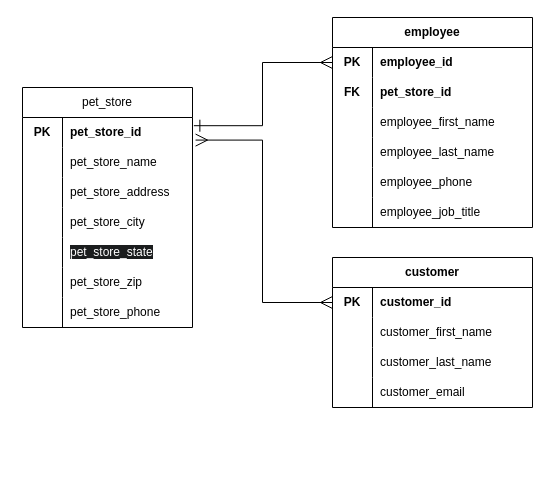
Earlier version of the draw.io diagram week_13/pet-store-erd.drawio (elliotvhill/promineo-be-course). Source tidied: cells renumbered, new cells numbered last; positions are measured from the earlier drawing's top-left corner, leaving out a move shared by most shapes. Both pictures are drawn from the tidied source at 100%, with x=0, y=0 at pixel (22, 17).
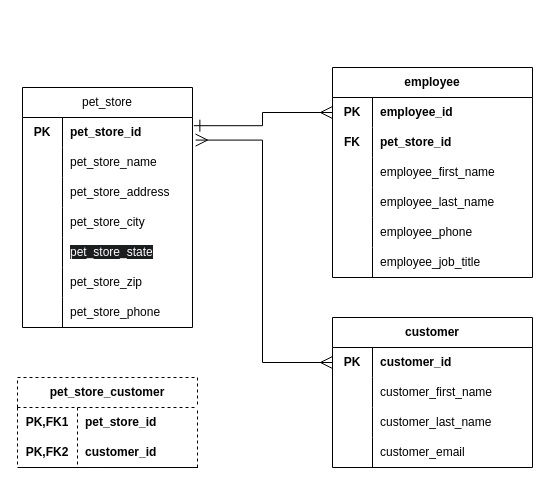
After the change.

Commit message (it also covers changes not shown here):
added missing join table to erd

Diff of the diagram source:
```diff
@@
     <mxCell id="24" value="employee" style="shape=table;startSize=30;childLayout=tableLayout;rowLines=0;fontStyle=1;align=center;html=1;whiteSpace=wrap;strokeColor=default;swimlaneLine=1;columnLines=1;resizeLastRow=0;swimlaneHead=1;swimlaneBody=1;bottom=0;" parent="1" vertex="1">
-      <mxGeometry x="310" width="200" height="210" as="geometry" />
+      <mxGeometry x="310" y="50" width="200" height="210" as="geometry" />
     </mxCell>
@@
     <mxCell id="43" value="customer" style="shape=table;startSize=30;childLayout=tableLayout;rowLines=0;fontStyle=1;align=center;html=1;whiteSpace=wrap;strokeColor=default;swimlaneLine=1;columnLines=1;resizeLastRow=0;swimlaneHead=1;swimlaneBody=1;bottom=0;" parent="1" vertex="1">
-      <mxGeometry x="310" y="240" width="200" height="150" as="geometry" />
+      <mxGeometry x="310" y="300" width="200" height="150" as="geometry" />
     </mxCell>
@@
+    <mxCell id="58" value="pet_store_customer" style="shape=table;startSize=30;childLayout=tableLayout;rowLines=0;fontStyle=1;align=center;html=1;whiteSpace=wrap;swimlaneLine=1;strokeColor=default;dashed=1;" parent="1" vertex="1">
+      <mxGeometry x="-5" y="360" width="180" height="90" as="geometry" />
+    </mxCell>
+    <mxCell id="59" style="shape=tableRow;horizontal=0;startSize=0;swimlaneHead=0;swimlaneBody=0;fillColor=none;top=0;left=0;right=0;bottom=0;html=1;swimlaneLine=1;strokeColor=default;dashed=1;" parent="58" vertex="1">
+      <mxGeometry y="30" width="180" height="30" as="geometry" />
+    </mxCell>
+    <mxCell id="60" value="PK,FK1" style="shape=partialRectangle;fillColor=none;top=0;left=0;bottom=0;right=0;fontStyle=1;overflow=hidden;html=1;whiteSpace=wrap;swimlaneLine=1;strokeColor=default;dashed=1;" parent="59" vertex="1">
+      <mxGeometry width="60" height="30" as="geometry" />
+    </mxCell>
+    <mxCell id="61" value="pet_store_id" style="shape=partialRectangle;fillColor=none;top=0;left=0;bottom=0;right=0;align=left;spacingLeft=6;fontStyle=1;overflow=hidden;html=1;whiteSpace=wrap;swimlaneLine=1;strokeColor=default;dashed=1;" parent="59" vertex="1">
+      <mxGeometry x="60" width="120" height="30" as="geometry" />
+    </mxCell>
+    <mxCell id="62" style="shape=tableRow;horizontal=0;startSize=0;swimlaneHead=0;swimlaneBody=0;fillColor=none;top=0;left=0;right=0;bottom=1;html=1;swimlaneLine=1;strokeColor=default;dashed=1;" parent="58" vertex="1">
+      <mxGeometry y="60" width="180" height="30" as="geometry" />
+    </mxCell>
+    <mxCell id="63" value="PK,FK2" style="shape=partialRectangle;fillColor=none;top=0;left=0;bottom=0;right=0;fontStyle=1;overflow=hidden;html=1;whiteSpace=wrap;swimlaneLine=1;strokeColor=default;dashed=1;" parent="62" vertex="1">
+      <mxGeometry width="60" height="30" as="geometry" />
+    </mxCell>
+    <mxCell id="64" value="customer_id" style="shape=partialRectangle;fillColor=none;top=0;left=0;bottom=0;right=0;align=left;spacingLeft=6;fontStyle=1;overflow=hidden;html=1;whiteSpace=wrap;swimlaneLine=1;strokeColor=default;dashed=1;" parent="62" vertex="1">
+      <mxGeometry x="60" width="120" height="30" as="geometry" />
+    </mxCell>
```
